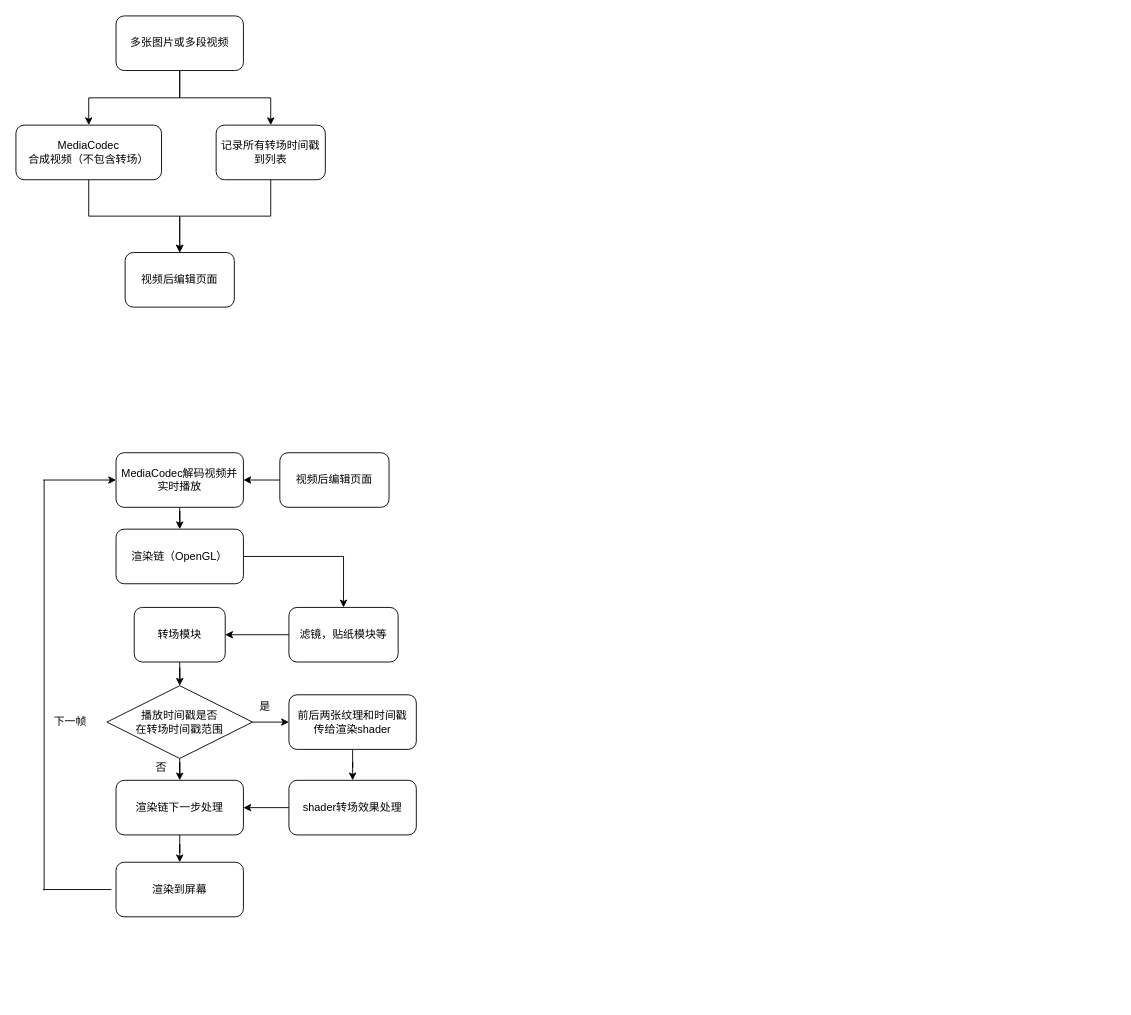
Above: page "转场2" (2 of 3) of t3.drawio in wind1096471134/Brainstorming (draw.io), before the change. Source tidied: cells renumbered, new cells numbered last; positions are measured from the earlier drawing's top-left corner, leaving out a move shared by most shapes. Both pictures are drawn from the tidied source at 91%, with x=0, y=0 at pixel (15, 15).
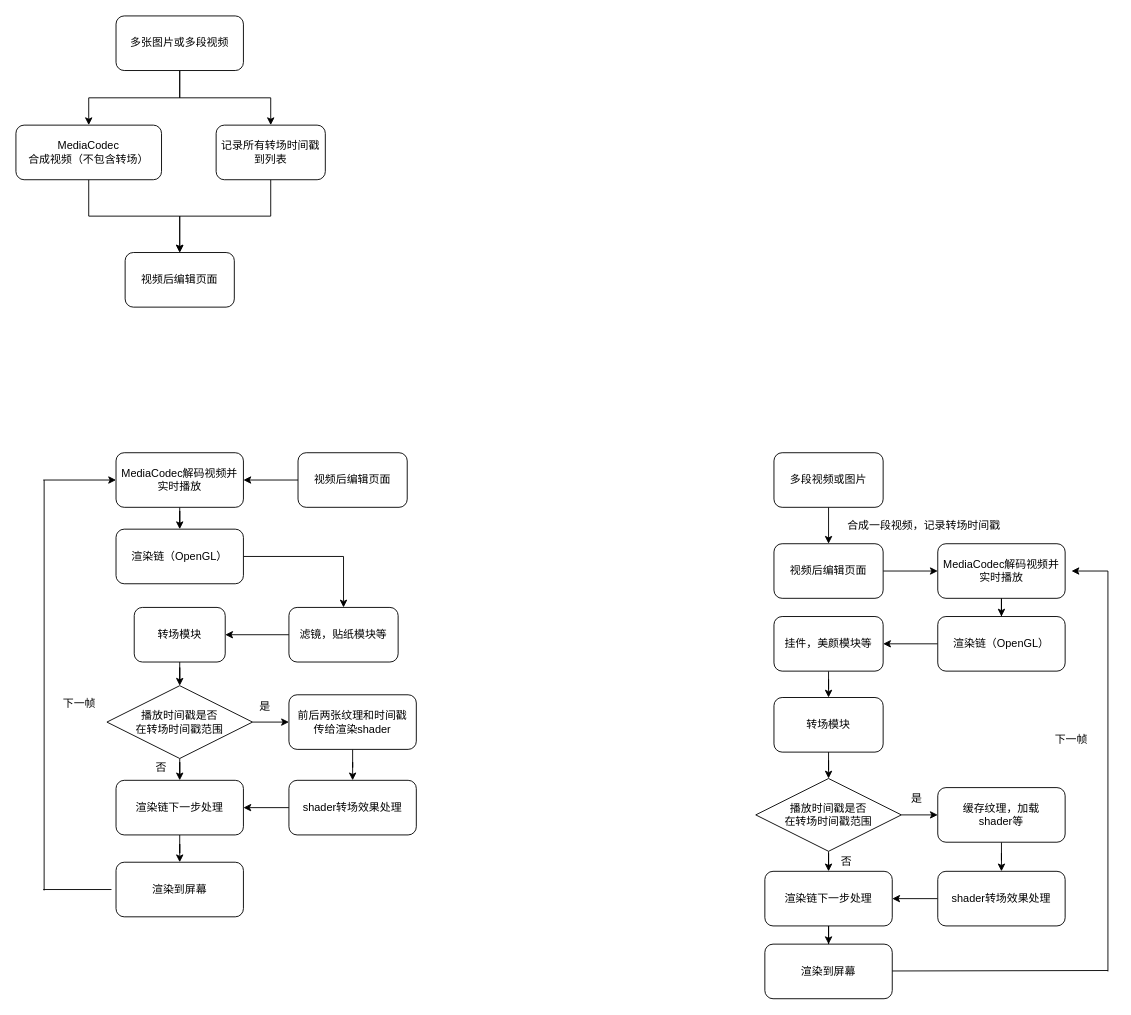
After the change.

Diff of the diagram source:
```diff
@@
     <mxCell id="11" value="视频后编辑页面" style="rounded=1;whiteSpace=wrap;html=1;" parent="1" vertex="1">
-      <mxGeometry x="290" y="480" width="120" height="60" as="geometry" />
+      <mxGeometry x="310" y="480" width="120" height="60" as="geometry" />
     </mxCell>
@@
     <mxCell id="35" value="下一帧" style="text;html=1;strokeColor=none;fillColor=none;align=center;verticalAlign=middle;whiteSpace=wrap;rounded=0;" parent="1" vertex="1">
-      <mxGeometry x="40" y="766" width="40" height="20" as="geometry" />
+      <mxGeometry x="50" y="746" width="40" height="20" as="geometry" />
     </mxCell>
+    <mxCell id="36" style="edgeStyle=orthogonalEdgeStyle;rounded=0;jettySize=auto;html=1;entryX=0;entryY=0.5;entryDx=0;entryDy=0;" parent="1" edge="1" source="37" target="42">
+      <mxGeometry relative="1" as="geometry" />
+    </mxCell>
+    <mxCell id="37" value="视频后编辑页面" style="rounded=1;whiteSpace=wrap;html=1;" parent="1" vertex="1">
+      <mxGeometry x="833" y="580" width="120" height="60" as="geometry" />
+    </mxCell>
+    <mxCell id="38" style="edgeStyle=orthogonalEdgeStyle;rounded=0;jettySize=auto;html=1;entryX=0.5;entryY=0;entryDx=0;entryDy=0;" parent="1" edge="1" source="39" target="37">
+      <mxGeometry relative="1" as="geometry" />
+    </mxCell>
+    <mxCell id="39" value="多段视频或图片" style="rounded=1;whiteSpace=wrap;html=1;" parent="1" vertex="1">
+      <mxGeometry x="833" y="480" width="120" height="60" as="geometry" />
+    </mxCell>
+    <mxCell id="40" value="合成一段视频，记录转场时间戳" style="text;html=1;strokeColor=none;fillColor=none;align=center;verticalAlign=middle;whiteSpace=wrap;rounded=0;" parent="1" vertex="1">
+      <mxGeometry x="883" y="550" width="230" height="20" as="geometry" />
+    </mxCell>
+    <mxCell id="41" style="edgeStyle=orthogonalEdgeStyle;rounded=0;jettySize=auto;html=1;entryX=0.5;entryY=0;entryDx=0;entryDy=0;" parent="1" edge="1" source="42" target="44">
+      <mxGeometry relative="1" as="geometry" />
+    </mxCell>
+    <mxCell id="42" value="MediaCodec解码视频并实时播放" style="rounded=1;whiteSpace=wrap;html=1;" parent="1" vertex="1">
+      <mxGeometry x="1013" y="580" width="140" height="60" as="geometry" />
+    </mxCell>
+    <mxCell id="43" style="edgeStyle=orthogonalEdgeStyle;rounded=0;jettySize=auto;html=1;entryX=1;entryY=0.5;entryDx=0;entryDy=0;" parent="1" edge="1" source="44" target="46">
+      <mxGeometry relative="1" as="geometry" />
+    </mxCell>
+    <mxCell id="44" value="渲染链（OpenGL）" style="rounded=1;whiteSpace=wrap;html=1;" parent="1" vertex="1">
+      <mxGeometry x="1013" y="660" width="140" height="60" as="geometry" />
+    </mxCell>
+    <mxCell id="45" style="edgeStyle=orthogonalEdgeStyle;rounded=0;jettySize=auto;html=1;" parent="1" edge="1" source="46" target="48">
+      <mxGeometry relative="1" as="geometry" />
+    </mxCell>
+    <mxCell id="46" value="挂件，美颜模块等" style="rounded=1;whiteSpace=wrap;html=1;" parent="1" vertex="1">
+      <mxGeometry x="833" y="660" width="120" height="60" as="geometry" />
+    </mxCell>
+    <mxCell id="47" style="edgeStyle=orthogonalEdgeStyle;rounded=0;jettySize=auto;html=1;entryX=0.5;entryY=0;entryDx=0;entryDy=0;" parent="1" edge="1" source="48" target="51">
+      <mxGeometry relative="1" as="geometry" />
+    </mxCell>
+    <mxCell id="48" value="转场模块" style="rounded=1;whiteSpace=wrap;html=1;" parent="1" vertex="1">
+      <mxGeometry x="833" y="749" width="120" height="60" as="geometry" />
+    </mxCell>
+    <mxCell id="49" style="edgeStyle=orthogonalEdgeStyle;rounded=0;jettySize=auto;html=1;entryX=0;entryY=0.5;entryDx=0;entryDy=0;" parent="1" edge="1" source="51" target="53">
+      <mxGeometry relative="1" as="geometry" />
+    </mxCell>
+    <mxCell id="50" style="edgeStyle=orthogonalEdgeStyle;rounded=0;jettySize=auto;html=1;entryX=0.5;entryY=0;entryDx=0;entryDy=0;" parent="1" edge="1" source="51" target="57">
+      <mxGeometry relative="1" as="geometry" />
+    </mxCell>
+    <mxCell id="51" value="播放时间戳是否&lt;br&gt;在转场时间戳范围" style="rhombus;whiteSpace=wrap;html=1;" parent="1" vertex="1">
+      <mxGeometry x="813" y="838" width="160" height="80" as="geometry" />
+    </mxCell>
+    <mxCell id="52" style="edgeStyle=orthogonalEdgeStyle;rounded=0;jettySize=auto;html=1;" parent="1" edge="1" source="53" target="55">
+      <mxGeometry relative="1" as="geometry" />
+    </mxCell>
+    <mxCell id="53" value="缓存纹理，加载&lt;br&gt;shader等" style="rounded=1;whiteSpace=wrap;html=1;" parent="1" vertex="1">
+      <mxGeometry x="1013" y="848" width="140" height="60" as="geometry" />
+    </mxCell>
+    <mxCell id="54" style="edgeStyle=orthogonalEdgeStyle;rounded=0;jettySize=auto;html=1;entryX=1;entryY=0.5;entryDx=0;entryDy=0;" parent="1" edge="1" source="55" target="57">
+      <mxGeometry relative="1" as="geometry" />
+    </mxCell>
+    <mxCell id="55" value="shader转场效果处理" style="rounded=1;whiteSpace=wrap;html=1;" parent="1" vertex="1">
+      <mxGeometry x="1013" y="940" width="140" height="60" as="geometry" />
+    </mxCell>
+    <mxCell id="56" style="edgeStyle=orthogonalEdgeStyle;rounded=0;jettySize=auto;html=1;" parent="1" edge="1" source="57" target="58">
+      <mxGeometry relative="1" as="geometry" />
+    </mxCell>
+    <mxCell id="57" value="渲染链下一步处理" style="rounded=1;whiteSpace=wrap;html=1;" parent="1" vertex="1">
+      <mxGeometry x="823" y="940" width="140" height="60" as="geometry" />
+    </mxCell>
+    <mxCell id="58" value="渲染到屏幕" style="rounded=1;whiteSpace=wrap;html=1;" parent="1" vertex="1">
+      <mxGeometry x="823" y="1020" width="140" height="60" as="geometry" />
+    </mxCell>
+    <mxCell id="59" style="endArrow=none;html=1;" parent="1" edge="1">
+      <mxGeometry relative="1" as="geometry">
+        <mxPoint x="1200" y="1050" as="sourcePoint" />
+        <mxPoint x="1200" y="610" as="targetPoint" />
+      </mxGeometry>
+    </mxCell>
+    <mxCell id="60" style="endArrow=classic;html=1;" parent="1" edge="1">
+      <mxGeometry relative="1" as="geometry">
+        <mxPoint x="1200" y="610" as="sourcePoint" />
+        <mxPoint x="1160" y="610" as="targetPoint" />
+      </mxGeometry>
+    </mxCell>
+    <mxCell id="61" value="下一帧" style="text;html=1;strokeColor=none;fillColor=none;align=center;verticalAlign=middle;whiteSpace=wrap;rounded=0;" parent="1" vertex="1">
+      <mxGeometry x="1140" y="786" width="40" height="20" as="geometry" />
+    </mxCell>
+    <mxCell id="62" value="是" style="text;html=1;strokeColor=none;fillColor=none;align=center;verticalAlign=middle;whiteSpace=wrap;rounded=0;" parent="1" vertex="1">
+      <mxGeometry x="970" y="850" width="40" height="20" as="geometry" />
+    </mxCell>
+    <mxCell id="63" value="否" style="text;html=1;strokeColor=none;fillColor=none;align=center;verticalAlign=middle;whiteSpace=wrap;rounded=0;" parent="1" vertex="1">
+      <mxGeometry x="893" y="920" width="40" height="20" as="geometry" />
+    </mxCell>
+    <mxCell id="64" style="endArrow=none;html=1;" parent="1" edge="1">
+      <mxGeometry relative="1" as="geometry">
+        <mxPoint x="963" y="1049.5" as="sourcePoint" />
+        <mxPoint x="1200" y="1049" as="targetPoint" />
+      </mxGeometry>
+    </mxCell>
```
